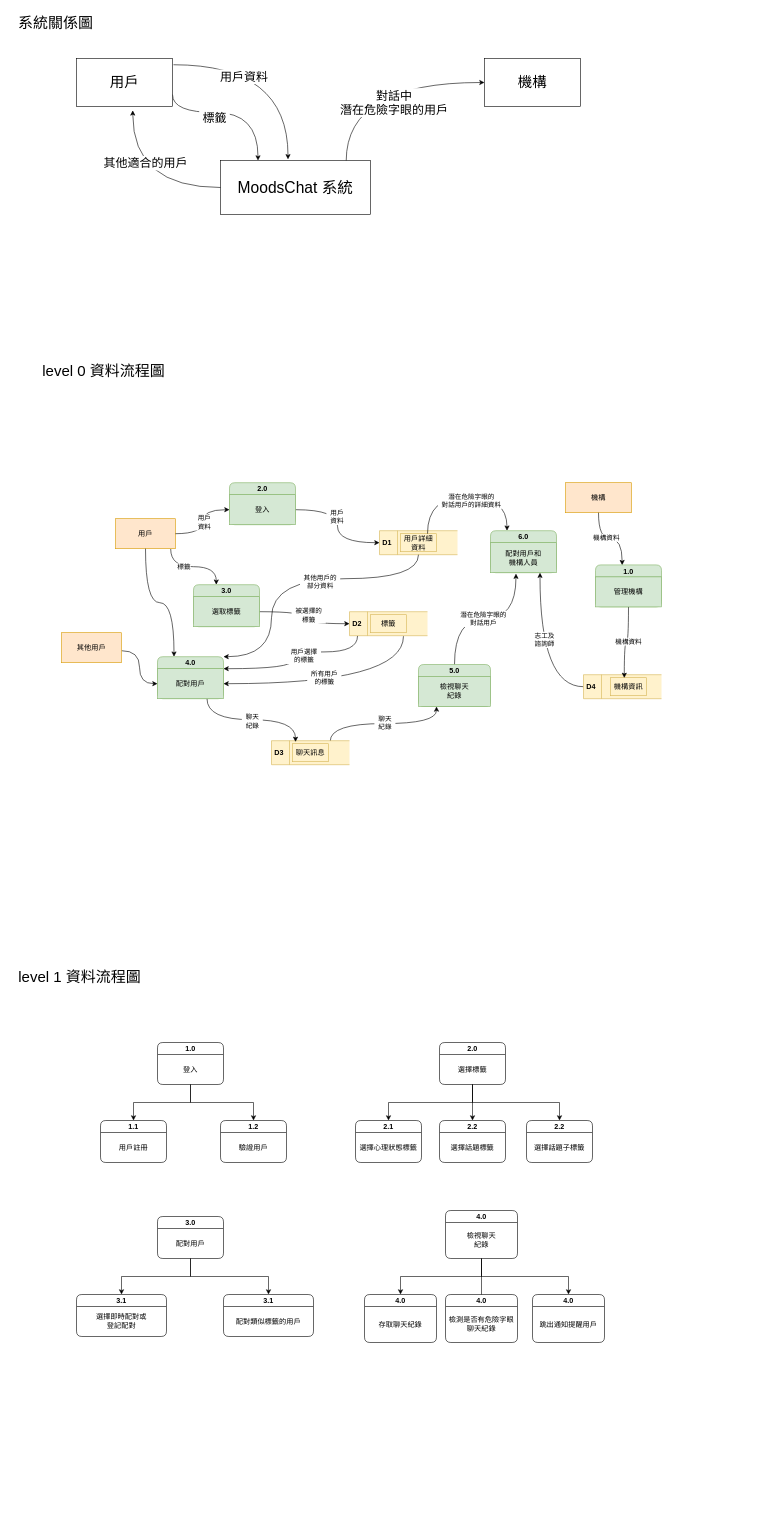
This is 系統設計.drawio from Hakxep-wuqpuk-hyrze8/Flowchart, a draw.io file, before an edit. Source tidied: cells renumbered, new cells numbered last; positions are measured from the earlier drawing's top-left corner, leaving out a move shared by most shapes. Both pictures are drawn from the tidied source at 60%, with x=0, y=0 at pixel (10, 10).
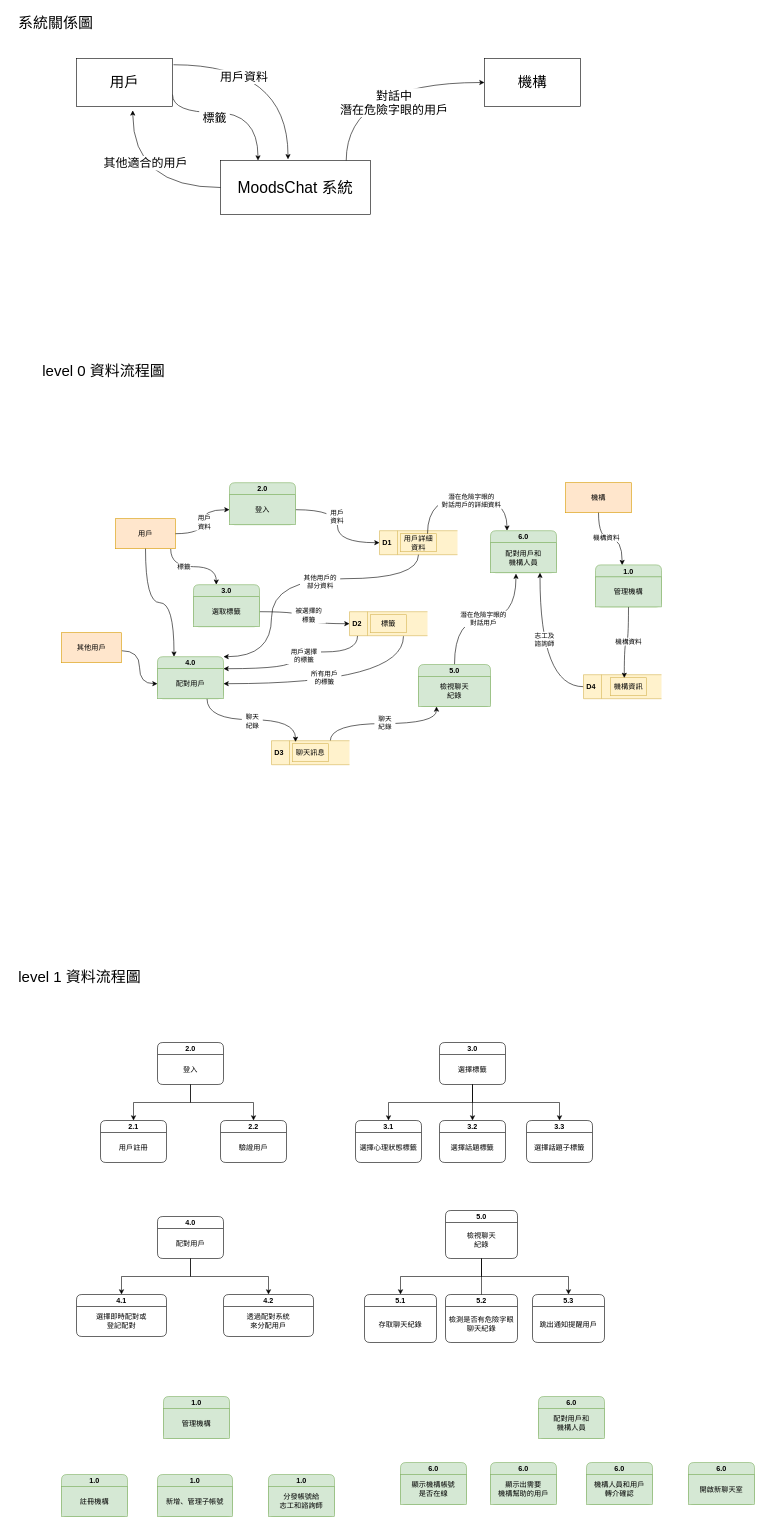
The same page after the edit.

Commit message (it also covers changes not shown here):
更新系統設計.drawio

The edit, as a diff of the source:
```diff
@@
-    <mxCell id="15" value="1.0" style="swimlane;fontStyle=1;horizontal=1;startSize=20;fillColor=#ffffff;swimlaneFillColor=#ffffff;rounded=1;fontFamily=Helvetica;verticalAlign=middle;" parent="1" vertex="1">
+    <mxCell id="15" value="2.0" style="swimlane;fontStyle=1;horizontal=1;startSize=20;fillColor=#ffffff;swimlaneFillColor=#ffffff;rounded=1;fontFamily=Helvetica;verticalAlign=middle;" parent="1" vertex="1">
       <mxGeometry x="245" y="1720" width="110" height="70" as="geometry" />
     </mxCell>
@@
-    <mxCell id="19" value="1.1" style="swimlane;fontStyle=1;horizontal=1;startSize=20;fillColor=#ffffff;swimlaneFillColor=#ffffff;rounded=1;fontFamily=Helvetica;verticalAlign=middle;" parent="1" vertex="1">
+    <mxCell id="19" value="2.1" style="swimlane;fontStyle=1;horizontal=1;startSize=20;fillColor=#ffffff;swimlaneFillColor=#ffffff;rounded=1;fontFamily=Helvetica;verticalAlign=middle;" parent="1" vertex="1">
       <mxGeometry x="150" y="1850" width="110" height="70" as="geometry" />
     </mxCell>
@@
-    <mxCell id="22" value="1.2" style="swimlane;fontStyle=1;horizontal=1;startSize=20;fillColor=#ffffff;swimlaneFillColor=#ffffff;rounded=1;fontFamily=Helvetica;verticalAlign=middle;" parent="1" vertex="1">
+    <mxCell id="22" value="2.2" style="swimlane;fontStyle=1;horizontal=1;startSize=20;fillColor=#ffffff;swimlaneFillColor=#ffffff;rounded=1;fontFamily=Helvetica;verticalAlign=middle;" parent="1" vertex="1">
       <mxGeometry x="350" y="1850" width="110" height="70" as="geometry" />
     </mxCell>
@@
-    <mxCell id="27" value="2.0" style="swimlane;fontStyle=1;horizontal=1;startSize=20;fillColor=#ffffff;swimlaneFillColor=#ffffff;rounded=1;fontFamily=Helvetica;verticalAlign=middle;" parent="1" vertex="1">
+    <mxCell id="27" value="3.0" style="swimlane;fontStyle=1;horizontal=1;startSize=20;fillColor=#ffffff;swimlaneFillColor=#ffffff;rounded=1;fontFamily=Helvetica;verticalAlign=middle;" parent="1" vertex="1">
       <mxGeometry x="715" y="1720" width="110" height="70" as="geometry" />
     </mxCell>
@@
-    <mxCell id="30" value="2.1" style="swimlane;fontStyle=1;horizontal=1;startSize=20;fillColor=#ffffff;swimlaneFillColor=#ffffff;rounded=1;fontFamily=Helvetica;verticalAlign=middle;" parent="1" vertex="1">
+    <mxCell id="30" value="3.1" style="swimlane;fontStyle=1;horizontal=1;startSize=20;fillColor=#ffffff;swimlaneFillColor=#ffffff;rounded=1;fontFamily=Helvetica;verticalAlign=middle;" parent="1" vertex="1">
       <mxGeometry x="575" y="1850" width="110" height="70" as="geometry" />
     </mxCell>
@@
-    <mxCell id="34" value="2.2" style="swimlane;fontStyle=1;horizontal=1;startSize=20;fillColor=#ffffff;swimlaneFillColor=#ffffff;rounded=1;fontFamily=Helvetica;verticalAlign=middle;" parent="1" vertex="1">
+    <mxCell id="34" value="3.2" style="swimlane;fontStyle=1;horizontal=1;startSize=20;fillColor=#ffffff;swimlaneFillColor=#ffffff;rounded=1;fontFamily=Helvetica;verticalAlign=middle;" parent="1" vertex="1">
       <mxGeometry x="715" y="1850" width="110" height="70" as="geometry" />
     </mxCell>
@@
-    <mxCell id="38" value="2.2" style="swimlane;fontStyle=1;horizontal=1;startSize=20;fillColor=#ffffff;swimlaneFillColor=#ffffff;rounded=1;fontFamily=Helvetica;verticalAlign=middle;" parent="1" vertex="1">
+    <mxCell id="38" value="3.3" style="swimlane;fontStyle=1;horizontal=1;startSize=20;fillColor=#ffffff;swimlaneFillColor=#ffffff;rounded=1;fontFamily=Helvetica;verticalAlign=middle;" parent="1" vertex="1">
       <mxGeometry x="860" y="1850" width="110" height="70" as="geometry" />
     </mxCell>
@@
-    <mxCell id="42" value="3.0" style="swimlane;fontStyle=1;horizontal=1;startSize=20;fillColor=#ffffff;swimlaneFillColor=#ffffff;rounded=1;fontFamily=Helvetica;verticalAlign=middle;" parent="1" vertex="1">
+    <mxCell id="42" value="4.0" style="swimlane;fontStyle=1;horizontal=1;startSize=20;fillColor=#ffffff;swimlaneFillColor=#ffffff;rounded=1;fontFamily=Helvetica;verticalAlign=middle;" parent="1" vertex="1">
       <mxGeometry x="245" y="2010" width="110" height="70" as="geometry" />
     </mxCell>
@@
-    <mxCell id="45" value="3.1" style="swimlane;fontStyle=1;horizontal=1;startSize=20;fillColor=#ffffff;swimlaneFillColor=#ffffff;rounded=1;fontFamily=Helvetica;verticalAlign=middle;" parent="1" vertex="1">
+    <mxCell id="45" value="4.2" style="swimlane;fontStyle=1;horizontal=1;startSize=20;fillColor=#ffffff;swimlaneFillColor=#ffffff;rounded=1;fontFamily=Helvetica;verticalAlign=middle;" parent="1" vertex="1">
       <mxGeometry x="355" y="2140" width="150" height="70" as="geometry" />
     </mxCell>
@@
-    <mxCell id="47" value="配對類似標籤的用戶" style="text;html=1;strokeColor=none;fillColor=none;align=center;verticalAlign=middle;whiteSpace=wrap;rounded=0;" parent="45" vertex="1">
+    <mxCell id="47" value="透過配對系統&lt;br&gt;來分配用戶" style="text;html=1;strokeColor=none;fillColor=none;align=center;verticalAlign=middle;whiteSpace=wrap;rounded=0;" parent="45" vertex="1">
       <mxGeometry y="20" width="150" height="50" as="geometry" />
     </mxCell>
@@
-    <mxCell id="49" value="3.1" style="swimlane;fontStyle=1;horizontal=1;startSize=20;fillColor=#ffffff;swimlaneFillColor=#ffffff;rounded=1;fontFamily=Helvetica;verticalAlign=middle;" parent="1" vertex="1">
+    <mxCell id="49" value="4.1" style="swimlane;fontStyle=1;horizontal=1;startSize=20;fillColor=#ffffff;swimlaneFillColor=#ffffff;rounded=1;fontFamily=Helvetica;verticalAlign=middle;" parent="1" vertex="1">
       <mxGeometry x="110" y="2140" width="150" height="70" as="geometry" />
     </mxCell>
@@
-    <mxCell id="54" value="4.0" style="swimlane;fontStyle=1;horizontal=1;startSize=20;fillColor=#ffffff;swimlaneFillColor=#ffffff;rounded=1;fontFamily=Helvetica;verticalAlign=middle;" parent="1" vertex="1">
+    <mxCell id="54" value="5.0" style="swimlane;fontStyle=1;horizontal=1;startSize=20;fillColor=#ffffff;swimlaneFillColor=#ffffff;rounded=1;fontFamily=Helvetica;verticalAlign=middle;" parent="1" vertex="1">
       <mxGeometry x="725" y="2000" width="120" height="80" as="geometry" />
     </mxCell>
@@
-    <mxCell id="57" value="4.0" style="swimlane;fontStyle=1;horizontal=1;startSize=20;fillColor=#ffffff;swimlaneFillColor=#ffffff;rounded=1;fontFamily=Helvetica;verticalAlign=middle;" parent="1" vertex="1">
+    <mxCell id="57" value="5.1" style="swimlane;fontStyle=1;horizontal=1;startSize=20;fillColor=#ffffff;swimlaneFillColor=#ffffff;rounded=1;fontFamily=Helvetica;verticalAlign=middle;" parent="1" vertex="1">
       <mxGeometry x="590" y="2140" width="120" height="80" as="geometry" />
     </mxCell>
@@
-    <mxCell id="61" value="4.0" style="swimlane;fontStyle=1;horizontal=1;startSize=20;fillColor=#ffffff;swimlaneFillColor=#ffffff;rounded=1;fontFamily=Helvetica;verticalAlign=middle;" parent="1" vertex="1">
+    <mxCell id="61" value="5.2" style="swimlane;fontStyle=1;horizontal=1;startSize=20;fillColor=#ffffff;swimlaneFillColor=#ffffff;rounded=1;fontFamily=Helvetica;verticalAlign=middle;" parent="1" vertex="1">
       <mxGeometry x="725" y="2140" width="120" height="80" as="geometry" />
     </mxCell>
@@
-    <mxCell id="64" value="4.0" style="swimlane;fontStyle=1;horizontal=1;startSize=20;fillColor=#ffffff;swimlaneFillColor=#ffffff;rounded=1;fontFamily=Helvetica;verticalAlign=middle;" parent="1" vertex="1">
+    <mxCell id="64" value="5.3" style="swimlane;fontStyle=1;horizontal=1;startSize=20;fillColor=#ffffff;swimlaneFillColor=#ffffff;rounded=1;fontFamily=Helvetica;verticalAlign=middle;" parent="1" vertex="1">
       <mxGeometry x="870" y="2140" width="120" height="80" as="geometry" />
     </mxCell>
@@
+    <mxCell id="127" value="1.0" style="swimlane;fontStyle=1;horizontal=1;startSize=20;fillColor=#d5e8d4;swimlaneFillColor=#ffffff;rounded=1;fontFamily=Helvetica;verticalAlign=middle;strokeColor=#82b366;" parent="1" vertex="1">
+      <mxGeometry x="255" y="2310" width="110" height="70" as="geometry" />
+    </mxCell>
+    <mxCell id="128" value="管理機構" style="text;html=1;strokeColor=#82b366;fillColor=#d5e8d4;align=center;verticalAlign=middle;whiteSpace=wrap;rounded=0;" parent="1" vertex="1">
+      <mxGeometry x="255" y="2330" width="110" height="50" as="geometry" />
+    </mxCell>
+    <mxCell id="129" style="edgeStyle=orthogonalEdgeStyle;rounded=0;orthogonalLoop=1;jettySize=auto;html=1;exitX=0.5;exitY=1;exitDx=0;exitDy=0;fillColor=#d5e8d4;strokeColor=#82b366;" parent="1" edge="1" source="128" target="128">
+      <mxGeometry relative="1" as="geometry" />
+    </mxCell>
+    <mxCell id="130" value="1.0" style="swimlane;fontStyle=1;horizontal=1;startSize=20;fillColor=#d5e8d4;swimlaneFillColor=#ffffff;rounded=1;fontFamily=Helvetica;verticalAlign=middle;strokeColor=#82b366;" parent="1" vertex="1">
+      <mxGeometry x="245" y="2440" width="125" height="70" as="geometry" />
+    </mxCell>
+    <mxCell id="131" value="新增、管理子帳號" style="text;html=1;strokeColor=#82b366;fillColor=#d5e8d4;align=center;verticalAlign=middle;whiteSpace=wrap;rounded=0;" parent="1" vertex="1">
+      <mxGeometry x="245" y="2460" width="125" height="50" as="geometry" />
+    </mxCell>
+    <mxCell id="132" style="edgeStyle=orthogonalEdgeStyle;rounded=0;orthogonalLoop=1;jettySize=auto;html=1;exitX=0.5;exitY=1;exitDx=0;exitDy=0;fillColor=#d5e8d4;strokeColor=#82b366;" parent="1" edge="1" source="131" target="131">
+      <mxGeometry relative="1" as="geometry" />
+    </mxCell>
+    <mxCell id="133" value="1.0" style="swimlane;fontStyle=1;horizontal=1;startSize=20;fillColor=#d5e8d4;swimlaneFillColor=#ffffff;rounded=1;fontFamily=Helvetica;verticalAlign=middle;strokeColor=#82b366;" parent="1" vertex="1">
+      <mxGeometry x="430" y="2440" width="110" height="70" as="geometry" />
+    </mxCell>
+    <mxCell id="134" value="分發帳號給&lt;br&gt;志工和諮詢師" style="text;html=1;strokeColor=#82b366;fillColor=#d5e8d4;align=center;verticalAlign=middle;whiteSpace=wrap;rounded=0;" parent="1" vertex="1">
+      <mxGeometry x="430" y="2460" width="110" height="50" as="geometry" />
+    </mxCell>
+    <mxCell id="135" style="edgeStyle=orthogonalEdgeStyle;rounded=0;orthogonalLoop=1;jettySize=auto;html=1;exitX=0.5;exitY=1;exitDx=0;exitDy=0;fillColor=#d5e8d4;strokeColor=#82b366;" parent="1" edge="1" source="134" target="134">
+      <mxGeometry relative="1" as="geometry" />
+    </mxCell>
+    <mxCell id="136" value="1.0" style="swimlane;fontStyle=1;horizontal=1;startSize=20;fillColor=#d5e8d4;swimlaneFillColor=#ffffff;rounded=1;fontFamily=Helvetica;verticalAlign=middle;strokeColor=#82b366;" parent="1" vertex="1">
+      <mxGeometry x="85" y="2440" width="110" height="70" as="geometry" />
+    </mxCell>
+    <mxCell id="137" value="註冊機構" style="text;html=1;strokeColor=#82b366;fillColor=#d5e8d4;align=center;verticalAlign=middle;whiteSpace=wrap;rounded=0;" parent="1" vertex="1">
+      <mxGeometry x="85" y="2460" width="110" height="50" as="geometry" />
+    </mxCell>
+    <mxCell id="138" style="edgeStyle=orthogonalEdgeStyle;rounded=0;orthogonalLoop=1;jettySize=auto;html=1;exitX=0.5;exitY=1;exitDx=0;exitDy=0;fillColor=#d5e8d4;strokeColor=#82b366;" parent="1" edge="1" source="137" target="137">
+      <mxGeometry relative="1" as="geometry" />
+    </mxCell>
+    <mxCell id="139" value="6.0" style="swimlane;fontStyle=1;horizontal=1;startSize=20;fillColor=#d5e8d4;swimlaneFillColor=#ffffff;rounded=1;fontFamily=Helvetica;verticalAlign=middle;strokeColor=#82b366;" parent="1" vertex="1">
+      <mxGeometry x="880" y="2310" width="110" height="70" as="geometry" />
+    </mxCell>
+    <mxCell id="140" value="配對用戶和&lt;br&gt;機構人員" style="text;html=1;strokeColor=#82b366;fillColor=#d5e8d4;align=center;verticalAlign=middle;whiteSpace=wrap;rounded=0;" parent="1" vertex="1">
+      <mxGeometry x="880" y="2330" width="110" height="50" as="geometry" />
+    </mxCell>
+    <mxCell id="141" value="6.0" style="swimlane;fontStyle=1;horizontal=1;startSize=20;fillColor=#d5e8d4;swimlaneFillColor=#ffffff;rounded=1;fontFamily=Helvetica;verticalAlign=middle;strokeColor=#82b366;" parent="1" vertex="1">
+      <mxGeometry x="800" y="2420" width="110" height="70" as="geometry" />
+    </mxCell>
+    <mxCell id="142" value="顯示出需要&lt;br&gt;機構幫助的用戶" style="text;html=1;strokeColor=#82b366;fillColor=#d5e8d4;align=center;verticalAlign=middle;whiteSpace=wrap;rounded=0;" parent="1" vertex="1">
+      <mxGeometry x="800" y="2440" width="110" height="50" as="geometry" />
+    </mxCell>
+    <mxCell id="143" value="6.0" style="swimlane;fontStyle=1;horizontal=1;startSize=20;fillColor=#d5e8d4;swimlaneFillColor=#ffffff;rounded=1;fontFamily=Helvetica;verticalAlign=middle;strokeColor=#82b366;" parent="1" vertex="1">
+      <mxGeometry x="960" y="2420" width="110" height="70" as="geometry" />
+    </mxCell>
+    <mxCell id="144" value="機構人員和用戶&lt;br&gt;轉介確認" style="text;html=1;strokeColor=#82b366;fillColor=#d5e8d4;align=center;verticalAlign=middle;whiteSpace=wrap;rounded=0;" parent="1" vertex="1">
+      <mxGeometry x="960" y="2440" width="110" height="50" as="geometry" />
+    </mxCell>
+    <mxCell id="145" value="6.0" style="swimlane;fontStyle=1;horizontal=1;startSize=20;fillColor=#d5e8d4;swimlaneFillColor=#ffffff;rounded=1;fontFamily=Helvetica;verticalAlign=middle;strokeColor=#82b366;" parent="1" vertex="1">
+      <mxGeometry x="1130" y="2420" width="110" height="70" as="geometry" />
+    </mxCell>
+    <mxCell id="146" value="開啟新聊天室" style="text;html=1;strokeColor=#82b366;fillColor=#d5e8d4;align=center;verticalAlign=middle;whiteSpace=wrap;rounded=0;" parent="1" vertex="1">
+      <mxGeometry x="1130" y="2440" width="110" height="50" as="geometry" />
+    </mxCell>
+    <mxCell id="147" value="6.0" style="swimlane;fontStyle=1;horizontal=1;startSize=20;fillColor=#d5e8d4;swimlaneFillColor=#ffffff;rounded=1;fontFamily=Helvetica;verticalAlign=middle;strokeColor=#82b366;" parent="1" vertex="1">
+      <mxGeometry x="650" y="2420" width="110" height="70" as="geometry" />
+    </mxCell>
+    <mxCell id="148" value="顯示機構帳號&lt;br&gt;是否在線" style="text;html=1;strokeColor=#82b366;fillColor=#d5e8d4;align=center;verticalAlign=middle;whiteSpace=wrap;rounded=0;" parent="1" vertex="1">
+      <mxGeometry x="650" y="2440" width="110" height="50" as="geometry" />
+    </mxCell>
```
